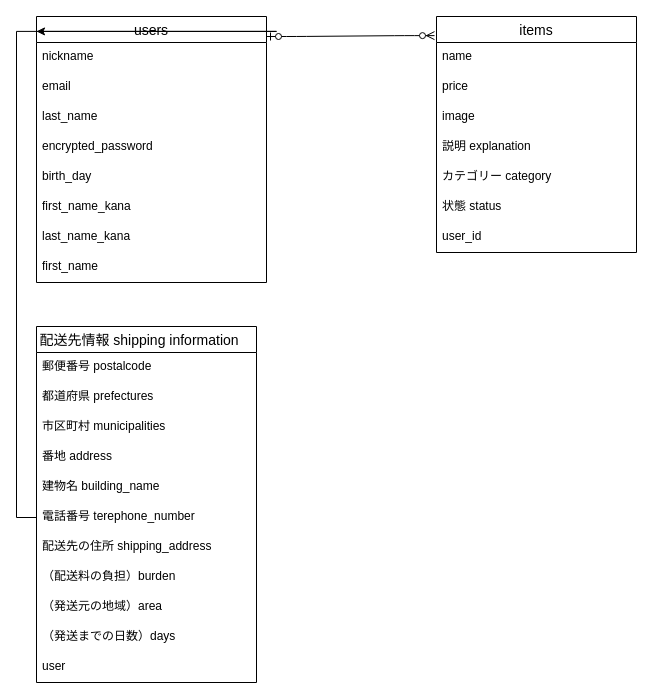
This is app/views/test.dio from taiga0529/furima-36891, a draw.io file, before an edit. Source tidied: cells renumbered, new cells numbered last; positions are measured from the earlier drawing's top-left corner, leaving out a move shared by most shapes. Both pictures are drawn from the tidied source at 100%, with x=0, y=0 at pixel (36, 16).
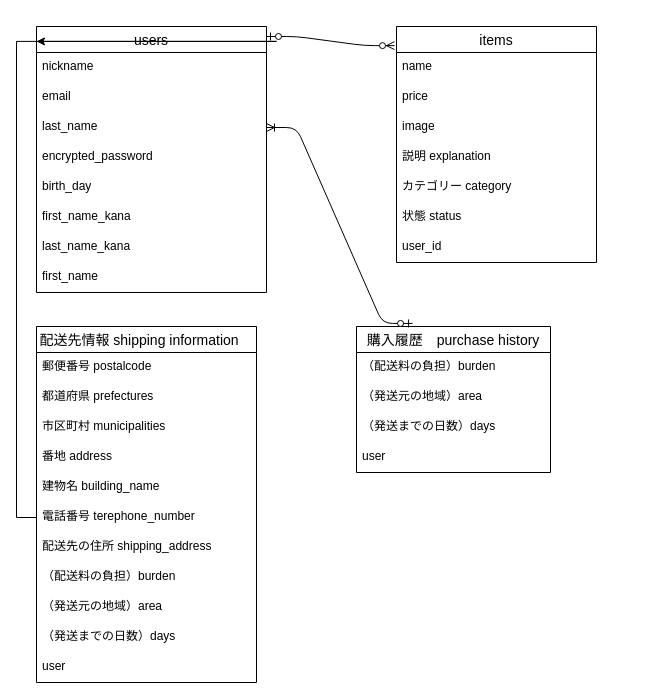
The same page after the edit.

Commit message (it also covers changes not shown here):
指摘を元に修正　データベース設計

The change refers to these unchanged cells:
```xml
<mxCell id="5" value="last_name" style="text;strokeColor=none;fillColor=none;spacingLeft=4;spacingRight=4;overflow=hidden;points=[[0,0.5],[1,0.5]];portConstraint=eastwest;fontSize=12;" parent="2" vertex="1">
  <mxGeometry y="86" width="230" height="30" as="geometry" />
</mxCell>
```

Diff of the diagram source:
```diff
@@
     <mxCell id="2" value="users" style="swimlane;fontStyle=0;horizontal=1;startSize=26;align=center;fontSize=14;direction=east;" parent="1" vertex="1">
-      <mxGeometry width="230" height="266" as="geometry" />
+      <mxGeometry y="10" width="230" height="266" as="geometry" />
     </mxCell>
@@
     <mxCell id="11" value="items" style="swimlane;fontStyle=0;horizontal=1;startSize=26;align=center;fontSize=14;" parent="1" vertex="1">
-      <mxGeometry x="400" width="200" height="236" as="geometry" />
+      <mxGeometry x="360" y="10" width="200" height="236" as="geometry" />
     </mxCell>
@@
+    <mxCell id="33" value="購入履歴　purchase history" style="swimlane;fontStyle=0;horizontal=1;startSize=26;align=center;fontSize=14;" parent="1" vertex="1">
+      <mxGeometry x="320" y="310" width="194" height="146" as="geometry" />
+    </mxCell>
+    <mxCell id="34" value="（配送料の負担）burden" style="text;strokeColor=none;fillColor=none;spacingLeft=4;spacingRight=4;overflow=hidden;fontSize=12;" parent="33" vertex="1">
+      <mxGeometry y="26" width="194" height="30" as="geometry" />
+    </mxCell>
+    <mxCell id="35" value="（発送元の地域）area" style="text;strokeColor=none;fillColor=none;spacingLeft=4;spacingRight=4;overflow=hidden;fontSize=12;" parent="33" vertex="1">
+      <mxGeometry y="56" width="194" height="30" as="geometry" />
+    </mxCell>
+    <mxCell id="36" value="（発送までの日数）days" style="text;strokeColor=none;fillColor=none;spacingLeft=4;spacingRight=4;overflow=hidden;fontSize=12;" parent="33" vertex="1">
+      <mxGeometry y="86" width="194" height="30" as="geometry" />
+    </mxCell>
+    <mxCell id="37" value="user" style="text;strokeColor=none;fillColor=none;spacingLeft=4;spacingRight=4;overflow=hidden;fontSize=12;" parent="33" vertex="1">
+      <mxGeometry y="116" width="194" height="30" as="geometry" />
+    </mxCell>
+    <mxCell id="38" style="edgeStyle=entityRelationEdgeStyle;fontSize=12;html=1;endArrow=ERoneToMany;startArrow=ERzeroToOne;entryX=1;entryY=0.5;entryDx=0;entryDy=0;exitX=0.289;exitY=-0.021;exitDx=0;exitDy=0;exitPerimeter=0;" parent="1" edge="1" source="33" target="5">
+      <mxGeometry relative="1" as="geometry" />
+    </mxCell>
```
